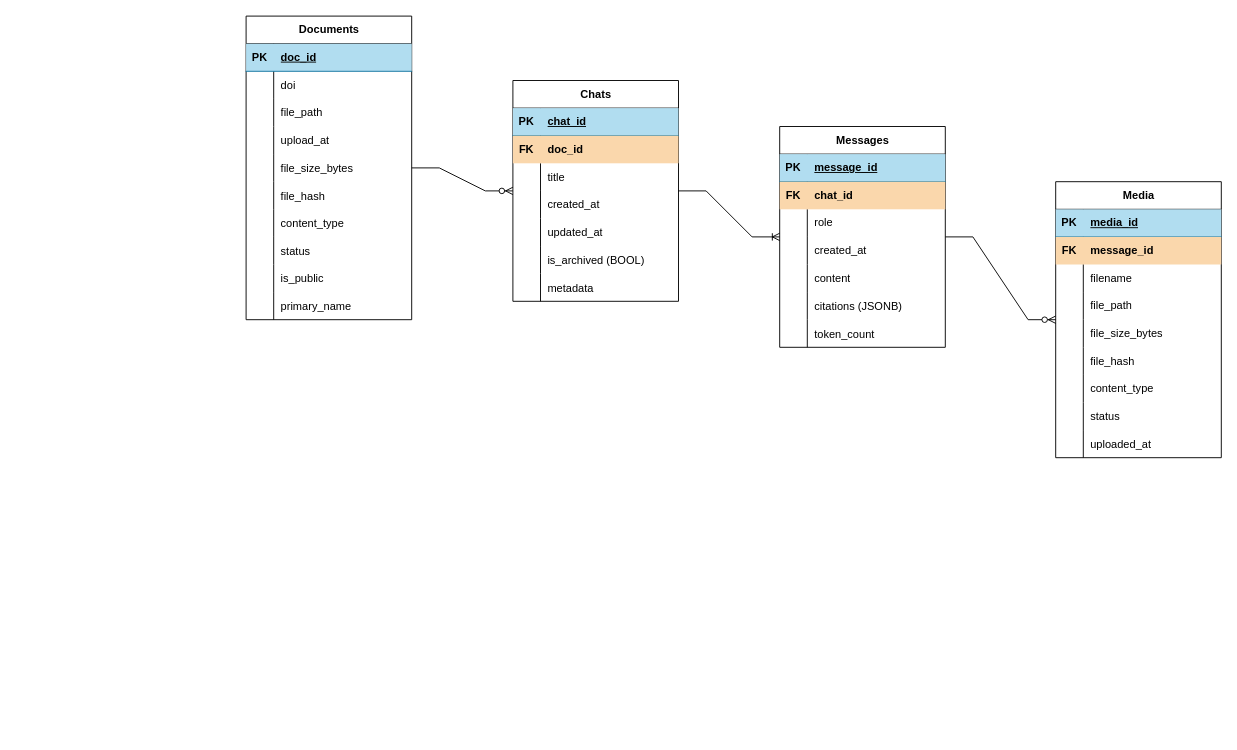
AbduAlrimali/CogniDocent keeps this draw.io diagram as docs/cognidocent_db.drawio. Above is the earlier version. Source tidied: cells renumbered, new cells numbered last; positions are measured from the earlier drawing's top-left corner, leaving out a move shared by most shapes. Both pictures are drawn from the tidied source at 92%, with x=0, y=0 at pixel (246, 16).
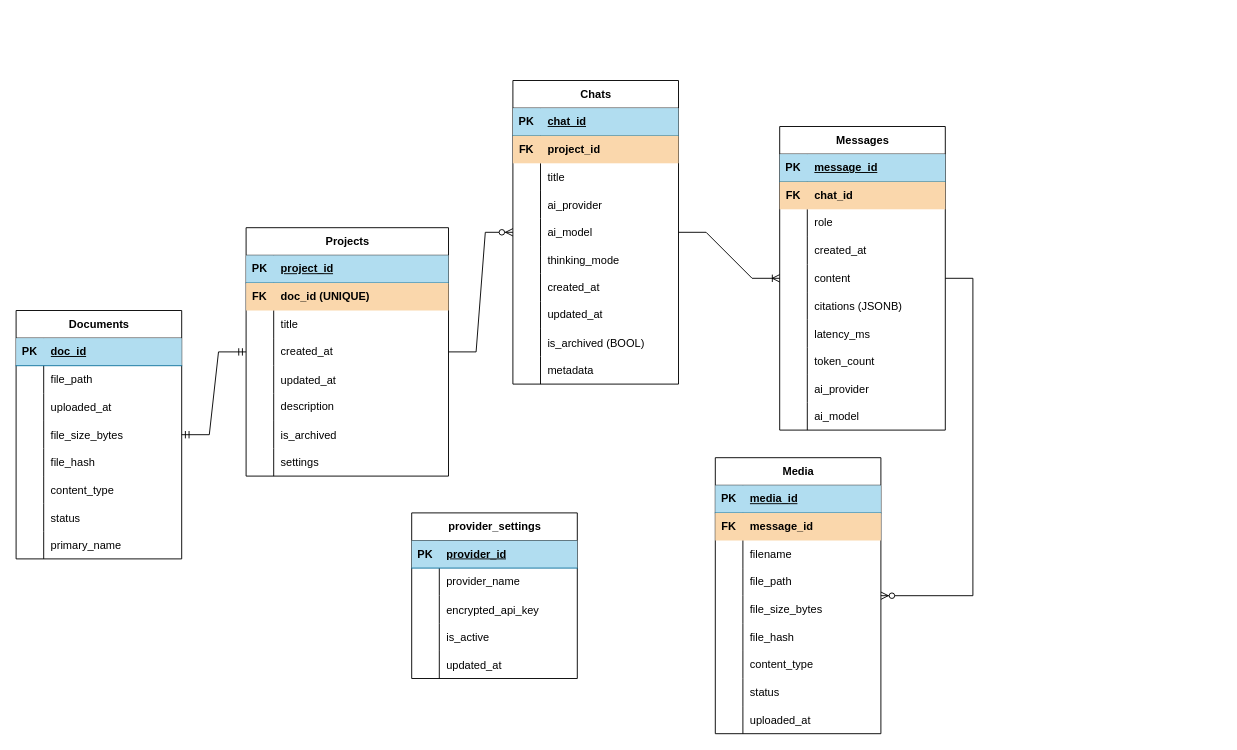
The same diagram, later.

The change refers to these unchanged cells:
```xml
<mxCell id="6" style="shape=tableRow;horizontal=0;startSize=0;swimlaneHead=0;swimlaneBody=0;fillColor=#fad7ac;top=0;left=0;right=0;bottom=0;strokeColor=#b46504;" parent="2" vertex="1">
  <mxGeometry y="60" width="180" height="30" as="geometry" />
</mxCell>
```

The edit, as a diff of the source:
```diff
@@
     <mxCell id="2" value="Chats" style="shape=table;startSize=30;childLayout=tableLayout;rowLines=0;fontStyle=1;align=center;html=1;" parent="1" vertex="1">
-      <mxGeometry x="290" y="70" width="180" height="240" as="geometry" />
+      <mxGeometry x="290" y="70" width="180" height="330" as="geometry" />
     </mxCell>
@@
-    <mxCell id="8" value="&lt;b&gt;doc_id&lt;/b&gt;" style="shape=partialRectangle;fillColor=none;top=0;left=0;bottom=0;right=0;align=left;spacingLeft=6;fontStyle=0;overflow=hidden;whiteSpace=wrap;html=1;" parent="6" vertex="1">
+    <mxCell id="8" value="&lt;b&gt;project_id&lt;/b&gt;" style="shape=partialRectangle;fillColor=none;top=0;left=0;bottom=0;right=0;align=left;spacingLeft=6;fontStyle=0;overflow=hidden;whiteSpace=wrap;html=1;" parent="6" vertex="1">
       <mxGeometry x="30" width="150" height="30" as="geometry" />
     </mxCell>
@@
+    <mxCell id="108" style="shape=tableRow;horizontal=0;startSize=0;swimlaneHead=0;swimlaneBody=0;fillColor=none;top=0;left=0;right=0;bottom=0;" parent="2" vertex="1">
+      <mxGeometry y="120" width="180" height="30" as="geometry" />
+    </mxCell>
+    <mxCell id="109" style="shape=partialRectangle;fillColor=none;top=0;left=0;bottom=0;right=0;overflow=hidden;" parent="108" vertex="1">
+      <mxGeometry width="30" height="30" as="geometry" />
+    </mxCell>
+    <mxCell id="110" value="ai_provider" style="shape=partialRectangle;fillColor=none;top=0;left=0;bottom=0;right=0;align=left;spacingLeft=6;overflow=hidden;" parent="108" vertex="1">
+      <mxGeometry x="30" width="150" height="30" as="geometry" />
+    </mxCell>
+    <mxCell id="111" style="shape=tableRow;horizontal=0;startSize=0;swimlaneHead=0;swimlaneBody=0;fillColor=none;top=0;left=0;right=0;bottom=0;" parent="2" vertex="1">
+      <mxGeometry y="150" width="180" height="30" as="geometry" />
+    </mxCell>
+    <mxCell id="112" style="shape=partialRectangle;fillColor=none;top=0;left=0;bottom=0;right=0;overflow=hidden;" parent="111" vertex="1">
+      <mxGeometry width="30" height="30" as="geometry" />
+    </mxCell>
+    <mxCell id="113" value="ai_model" style="shape=partialRectangle;fillColor=none;top=0;left=0;bottom=0;right=0;align=left;spacingLeft=6;overflow=hidden;" parent="111" vertex="1">
+      <mxGeometry x="30" width="150" height="30" as="geometry" />
+    </mxCell>
+    <mxCell id="114" style="shape=tableRow;horizontal=0;startSize=0;swimlaneHead=0;swimlaneBody=0;fillColor=none;top=0;left=0;right=0;bottom=0;" parent="2" vertex="1">
+      <mxGeometry y="180" width="180" height="30" as="geometry" />
+    </mxCell>
+    <mxCell id="115" style="shape=partialRectangle;fillColor=none;top=0;left=0;bottom=0;right=0;overflow=hidden;" parent="114" vertex="1">
+      <mxGeometry width="30" height="30" as="geometry" />
+    </mxCell>
+    <mxCell id="116" value="thinking_mode" style="shape=partialRectangle;fillColor=none;top=0;left=0;bottom=0;right=0;align=left;spacingLeft=6;overflow=hidden;" parent="114" vertex="1">
+      <mxGeometry x="30" width="150" height="30" as="geometry" />
+    </mxCell>
     <mxCell id="12" style="shape=tableRow;horizontal=0;startSize=0;swimlaneHead=0;swimlaneBody=0;fillColor=none;top=0;left=0;right=0;bottom=0;" parent="2" vertex="1">
-      <mxGeometry y="120" width="180" height="30" as="geometry" />
+      <mxGeometry y="210" width="180" height="30" as="geometry" />
     </mxCell>
@@
     <mxCell id="15" style="shape=tableRow;horizontal=0;startSize=0;swimlaneHead=0;swimlaneBody=0;fillColor=none;top=0;left=0;right=0;bottom=0;" parent="2" vertex="1">
-      <mxGeometry y="150" width="180" height="30" as="geometry" />
+      <mxGeometry y="240" width="180" height="30" as="geometry" />
     </mxCell>
@@
     <mxCell id="18" style="shape=tableRow;horizontal=0;startSize=0;swimlaneHead=0;swimlaneBody=0;fillColor=none;top=0;left=0;right=0;bottom=0;" parent="2" vertex="1">
-      <mxGeometry y="180" width="180" height="30" as="geometry" />
+      <mxGeometry y="270" width="180" height="30" as="geometry" />
     </mxCell>
@@
     <mxCell id="21" style="shape=tableRow;horizontal=0;startSize=0;swimlaneHead=0;swimlaneBody=0;fillColor=none;top=0;left=0;right=0;bottom=0;" parent="2" vertex="1">
-      <mxGeometry y="210" width="180" height="30" as="geometry" />
+      <mxGeometry y="300" width="180" height="30" as="geometry" />
     </mxCell>
@@
     <mxCell id="24" value="Messages" style="shape=table;startSize=30;childLayout=tableLayout;rowLines=0;fontStyle=1;align=center;html=1;" parent="1" vertex="1">
-      <mxGeometry x="580" y="120" width="180" height="240" as="geometry" />
+      <mxGeometry x="580" y="120" width="180" height="330" as="geometry" />
     </mxCell>
@@
+    <mxCell id="117" style="shape=tableRow;horizontal=0;startSize=0;swimlaneHead=0;swimlaneBody=0;fillColor=none;top=0;left=0;right=0;bottom=0;" parent="24" vertex="1">
+      <mxGeometry y="210" width="180" height="30" as="geometry" />
+    </mxCell>
+    <mxCell id="118" style="shape=partialRectangle;fillColor=none;top=0;left=0;bottom=0;right=0;overflow=hidden;" parent="117" vertex="1">
+      <mxGeometry width="30" height="30" as="geometry" />
+    </mxCell>
+    <mxCell id="119" value="latency_ms" style="shape=partialRectangle;fillColor=none;top=0;left=0;bottom=0;right=0;align=left;spacingLeft=6;overflow=hidden;" parent="117" vertex="1">
+      <mxGeometry x="30" width="150" height="30" as="geometry" />
+    </mxCell>
     <mxCell id="43" style="shape=tableRow;horizontal=0;startSize=0;swimlaneHead=0;swimlaneBody=0;fillColor=none;top=0;left=0;right=0;bottom=0;" parent="24" vertex="1">
-      <mxGeometry y="210" width="180" height="30" as="geometry" />
+      <mxGeometry y="240" width="180" height="30" as="geometry" />
     </mxCell>
@@
+    <mxCell id="100" style="shape=tableRow;horizontal=0;startSize=0;swimlaneHead=0;swimlaneBody=0;fillColor=none;top=0;left=0;right=0;bottom=0;" parent="24" vertex="1">
+      <mxGeometry y="270" width="180" height="30" as="geometry" />
+    </mxCell>
+    <mxCell id="120" style="shape=partialRectangle;fillColor=none;top=0;left=0;bottom=0;right=0;overflow=hidden;" parent="100" vertex="1">
+      <mxGeometry width="30" height="30" as="geometry" />
+    </mxCell>
+    <mxCell id="121" value="ai_provider" style="shape=partialRectangle;fillColor=none;top=0;left=0;bottom=0;right=0;align=left;spacingLeft=6;overflow=hidden;" parent="100" vertex="1">
+      <mxGeometry x="30" width="150" height="30" as="geometry" />
+    </mxCell>
+    <mxCell id="122" style="shape=tableRow;horizontal=0;startSize=0;swimlaneHead=0;swimlaneBody=0;fillColor=none;top=0;left=0;right=0;bottom=0;" parent="24" vertex="1">
+      <mxGeometry y="300" width="180" height="30" as="geometry" />
+    </mxCell>
+    <mxCell id="123" style="shape=partialRectangle;fillColor=none;top=0;left=0;bottom=0;right=0;overflow=hidden;" parent="122" vertex="1">
+      <mxGeometry width="30" height="30" as="geometry" />
+    </mxCell>
+    <mxCell id="124" value="ai_model" style="shape=partialRectangle;fillColor=none;top=0;left=0;bottom=0;right=0;align=left;spacingLeft=6;overflow=hidden;" parent="122" vertex="1">
+      <mxGeometry x="30" width="150" height="30" as="geometry" />
+    </mxCell>
     <mxCell id="46" value="Media" style="shape=table;startSize=30;childLayout=tableLayout;rowLines=0;fontStyle=1;align=center;html=1;" parent="1" vertex="1">
-      <mxGeometry x="880" y="180" width="180" height="300" as="geometry" />
+      <mxGeometry x="510" y="480" width="180" height="300" as="geometry" />
     </mxCell>
@@
     <mxCell id="75" value="Documents" style="shape=table;startSize=30;childLayout=tableLayout;rowLines=0;fontStyle=1;align=center;html=1;" parent="1" vertex="1">
-      <mxGeometry width="180" height="330" as="geometry" />
+      <mxGeometry x="-250" y="320" width="180" height="270" as="geometry" />
     </mxCell>
@@
-    <mxCell id="79" style="shape=tableRow;horizontal=0;startSize=0;swimlaneHead=0;swimlaneBody=0;fillColor=none;top=0;left=0;right=0;bottom=0;" parent="75" vertex="1">
-      <mxGeometry y="60" width="180" height="30" as="geometry" />
-    </mxCell>
-    <mxCell id="80" style="shape=partialRectangle;fillColor=none;top=0;left=0;bottom=0;right=0;overflow=hidden;" parent="79" vertex="1">
-      <mxGeometry width="30" height="30" as="geometry" />
-    </mxCell>
-    <mxCell id="81" value="doi" style="shape=partialRectangle;fillColor=none;top=0;left=0;bottom=0;right=0;align=left;spacingLeft=6;overflow=hidden;" parent="79" vertex="1">
-      <mxGeometry x="30" width="150" height="30" as="geometry" />
-    </mxCell>
     <mxCell id="82" style="shape=tableRow;horizontal=0;startSize=0;swimlaneHead=0;swimlaneBody=0;fillColor=none;top=0;left=0;right=0;bottom=0;" parent="75" vertex="1">
-      <mxGeometry y="90" width="180" height="30" as="geometry" />
+      <mxGeometry y="60" width="180" height="30" as="geometry" />
     </mxCell>
@@
     <mxCell id="85" style="shape=tableRow;horizontal=0;startSize=0;swimlaneHead=0;swimlaneBody=0;fillColor=none;top=0;left=0;right=0;bottom=0;" parent="75" vertex="1">
-      <mxGeometry y="120" width="180" height="30" as="geometry" />
+      <mxGeometry y="90" width="180" height="30" as="geometry" />
     </mxCell>
@@
-    <mxCell id="87" value="upload_at" style="shape=partialRectangle;fillColor=none;top=0;left=0;bottom=0;right=0;align=left;spacingLeft=6;overflow=hidden;" parent="85" vertex="1">
+    <mxCell id="87" value="uploaded_at" style="shape=partialRectangle;fillColor=none;top=0;left=0;bottom=0;right=0;align=left;spacingLeft=6;overflow=hidden;" parent="85" vertex="1">
       <mxGeometry x="30" width="150" height="30" as="geometry" />
     </mxCell>
     <mxCell id="88" style="shape=tableRow;horizontal=0;startSize=0;swimlaneHead=0;swimlaneBody=0;fillColor=none;top=0;left=0;right=0;bottom=0;" parent="75" vertex="1">
-      <mxGeometry y="150" width="180" height="30" as="geometry" />
+      <mxGeometry y="120" width="180" height="30" as="geometry" />
     </mxCell>
@@
     <mxCell id="91" style="shape=tableRow;horizontal=0;startSize=0;swimlaneHead=0;swimlaneBody=0;fillColor=none;top=0;left=0;right=0;bottom=0;" parent="75" vertex="1">
-      <mxGeometry y="180" width="180" height="30" as="geometry" />
+      <mxGeometry y="150" width="180" height="30" as="geometry" />
     </mxCell>
@@
     <mxCell id="94" style="shape=tableRow;horizontal=0;startSize=0;swimlaneHead=0;swimlaneBody=0;fillColor=none;top=0;left=0;right=0;bottom=0;" parent="75" vertex="1">
-      <mxGeometry y="210" width="180" height="30" as="geometry" />
+      <mxGeometry y="180" width="180" height="30" as="geometry" />
     </mxCell>
@@
     <mxCell id="97" style="shape=tableRow;horizontal=0;startSize=0;swimlaneHead=0;swimlaneBody=0;fillColor=none;top=0;left=0;right=0;bottom=0;" parent="75" vertex="1">
-      <mxGeometry y="240" width="180" height="30" as="geometry" />
+      <mxGeometry y="210" width="180" height="30" as="geometry" />
     </mxCell>
@@
-    <mxCell id="100" style="shape=tableRow;horizontal=0;startSize=0;swimlaneHead=0;swimlaneBody=0;fillColor=none;top=0;left=0;right=0;bottom=0;" parent="75" vertex="1">
-      <mxGeometry y="270" width="180" height="30" as="geometry" />
-    </mxCell>
-    <mxCell id="101" style="shape=partialRectangle;fillColor=none;top=0;left=0;bottom=0;right=0;overflow=hidden;" parent="100" vertex="1">
-      <mxGeometry width="30" height="30" as="geometry" />
-    </mxCell>
-    <mxCell id="102" value="is_public" style="shape=partialRectangle;fillColor=none;top=0;left=0;bottom=0;right=0;align=left;spacingLeft=6;overflow=hidden;" parent="100" vertex="1">
-      <mxGeometry x="30" width="150" height="30" as="geometry" />
-    </mxCell>
     <mxCell id="103" style="shape=tableRow;horizontal=0;startSize=0;swimlaneHead=0;swimlaneBody=0;fillColor=none;top=0;left=0;right=0;bottom=0;" parent="75" vertex="1">
-      <mxGeometry y="300" width="180" height="30" as="geometry" />
+      <mxGeometry y="240" width="180" height="30" as="geometry" />
     </mxCell>
@@
-    <mxCell id="106" style="edgeStyle=entityRelationEdgeStyle;fontSize=12;html=1;endArrow=ERzeroToMany;endFill=1;rounded=0;" parent="1" edge="1" source="75" target="2">
+    <mxCell id="106" style="edgeStyle=entityRelationEdgeStyle;fontSize=12;html=1;endArrow=ERzeroToMany;endFill=1;rounded=0;" parent="1" edge="1" source="125" target="2">
       <mxGeometry relative="1" as="geometry" />
     </mxCell>
@@
+    <mxCell id="125" value="Projects" style="shape=table;startSize=30;childLayout=tableLayout;rowLines=0;fontStyle=1;align=center;html=1;" parent="1" vertex="1">
+      <mxGeometry y="230" width="220" height="270" as="geometry" />
+    </mxCell>
+    <mxCell id="126" style="shape=tableRow;horizontal=0;startSize=0;swimlaneHead=0;swimlaneBody=0;fillColor=#b1ddf0;top=0;left=0;right=0;bottom=1;strokeColor=#10739e;" parent="125" vertex="1">
+      <mxGeometry y="30" width="220" height="30" as="geometry" />
+    </mxCell>
+    <mxCell id="127" value="PK" style="shape=partialRectangle;fillColor=none;top=0;left=0;bottom=0;right=0;fontStyle=1;overflow=hidden;whiteSpace=wrap;html=1;" parent="126" vertex="1">
+      <mxGeometry width="30" height="30" as="geometry" />
+    </mxCell>
+    <mxCell id="128" value="project_id" style="shape=partialRectangle;fillColor=none;top=0;left=0;bottom=0;right=0;align=left;spacingLeft=6;fontStyle=5;overflow=hidden;whiteSpace=wrap;html=1;" parent="126" vertex="1">
+      <mxGeometry x="30" width="190" height="30" as="geometry" />
+    </mxCell>
+    <mxCell id="129" style="shape=tableRow;horizontal=0;startSize=0;swimlaneHead=0;swimlaneBody=0;fillColor=#fad7ac;top=0;left=0;right=0;bottom=0;strokeColor=#b46504;" parent="125" vertex="1">
+      <mxGeometry y="60" width="220" height="30" as="geometry" />
+    </mxCell>
+    <mxCell id="130" value="&lt;b&gt;FK&lt;/b&gt;" style="shape=partialRectangle;fillColor=none;top=0;left=0;bottom=0;right=0;fontStyle=0;overflow=hidden;whiteSpace=wrap;html=1;" parent="129" vertex="1">
+      <mxGeometry width="30" height="30" as="geometry" />
+    </mxCell>
+    <mxCell id="131" value="&lt;b&gt;doc_id (UNIQUE)&lt;/b&gt;" style="shape=partialRectangle;fillColor=none;top=0;left=0;bottom=0;right=0;align=left;spacingLeft=6;fontStyle=0;overflow=hidden;whiteSpace=wrap;html=1;" parent="129" vertex="1">
+      <mxGeometry x="30" width="190" height="30" as="geometry" />
+    </mxCell>
+    <mxCell id="132" style="shape=tableRow;horizontal=0;startSize=0;swimlaneHead=0;swimlaneBody=0;fillColor=none;top=0;left=0;right=0;bottom=0;" parent="125" vertex="1">
+      <mxGeometry y="90" width="220" height="30" as="geometry" />
+    </mxCell>
+    <mxCell id="133" style="shape=partialRectangle;fillColor=none;top=0;left=0;bottom=0;right=0;overflow=hidden;whiteSpace=wrap;html=1;" parent="132" vertex="1">
+      <mxGeometry width="30" height="30" as="geometry" />
+    </mxCell>
+    <mxCell id="134" value="title" style="shape=partialRectangle;fillColor=none;top=0;left=0;bottom=0;right=0;align=left;spacingLeft=6;overflow=hidden;whiteSpace=wrap;html=1;" parent="132" vertex="1">
+      <mxGeometry x="30" width="190" height="30" as="geometry" />
+    </mxCell>
+    <mxCell id="135" style="shape=tableRow;horizontal=0;startSize=0;swimlaneHead=0;swimlaneBody=0;fillColor=none;top=0;left=0;right=0;bottom=0;" parent="125" vertex="1">
+      <mxGeometry y="120" width="220" height="30" as="geometry" />
+    </mxCell>
+    <mxCell id="136" style="shape=partialRectangle;fillColor=none;top=0;left=0;bottom=0;right=0;overflow=hidden;whiteSpace=wrap;html=1;" parent="135" vertex="1">
+      <mxGeometry width="30" height="30" as="geometry" />
+    </mxCell>
+    <mxCell id="137" value="created_at" style="shape=partialRectangle;fillColor=none;top=0;left=0;bottom=0;right=0;align=left;spacingLeft=6;overflow=hidden;whiteSpace=wrap;html=1;" parent="135" vertex="1">
+      <mxGeometry x="30" width="190" height="30" as="geometry" />
+    </mxCell>
+    <mxCell id="138" style="shape=tableRow;horizontal=0;startSize=0;swimlaneHead=0;swimlaneBody=0;fillColor=none;top=0;left=0;right=0;bottom=0;" parent="125" vertex="1">
+      <mxGeometry y="150" width="220" height="30" as="geometry" />
+    </mxCell>
+    <mxCell id="139" style="shape=partialRectangle;fillColor=none;top=0;left=0;bottom=0;right=0;overflow=hidden;" parent="138" vertex="1">
+      <mxGeometry width="30" height="30" as="geometry" />
+    </mxCell>
+    <mxCell id="140" value="updated_at" style="shape=partialRectangle;fillColor=none;top=0;left=0;bottom=0;right=0;align=left;spacingLeft=6;overflow=hidden;" parent="138" vertex="1">
+      <mxGeometry x="30" width="190" height="30" as="geometry" />
+    </mxCell>
+    <mxCell id="141" style="shape=tableRow;horizontal=0;startSize=0;swimlaneHead=0;swimlaneBody=0;fillColor=none;top=0;left=0;right=0;bottom=0;" parent="125" vertex="1">
+      <mxGeometry y="180" width="220" height="30" as="geometry" />
+    </mxCell>
+    <mxCell id="142" style="shape=partialRectangle;fillColor=none;top=0;left=0;bottom=0;right=0;overflow=hidden;whiteSpace=wrap;html=1;" parent="141" vertex="1">
+      <mxGeometry width="30" height="30" as="geometry" />
+    </mxCell>
+    <mxCell id="143" value="description" style="shape=partialRectangle;fillColor=none;top=0;left=0;bottom=0;right=0;align=left;spacingLeft=6;overflow=hidden;whiteSpace=wrap;html=1;" parent="141" vertex="1">
+      <mxGeometry x="30" width="190" height="30" as="geometry" />
+    </mxCell>
+    <mxCell id="144" style="shape=tableRow;horizontal=0;startSize=0;swimlaneHead=0;swimlaneBody=0;fillColor=none;top=0;left=0;right=0;bottom=0;" parent="125" vertex="1">
+      <mxGeometry y="210" width="220" height="30" as="geometry" />
+    </mxCell>
+    <mxCell id="145" style="shape=partialRectangle;fillColor=none;top=0;left=0;bottom=0;right=0;overflow=hidden;" parent="144" vertex="1">
+      <mxGeometry width="30" height="30" as="geometry" />
+    </mxCell>
+    <mxCell id="146" value="is_archived" style="shape=partialRectangle;fillColor=none;top=0;left=0;bottom=0;right=0;align=left;spacingLeft=6;overflow=hidden;" parent="144" vertex="1">
+      <mxGeometry x="30" width="190" height="30" as="geometry" />
+    </mxCell>
+    <mxCell id="147" style="shape=tableRow;horizontal=0;startSize=0;swimlaneHead=0;swimlaneBody=0;fillColor=none;top=0;left=0;right=0;bottom=0;" parent="125" vertex="1">
+      <mxGeometry y="240" width="220" height="30" as="geometry" />
+    </mxCell>
+    <mxCell id="148" style="shape=partialRectangle;fillColor=none;top=0;left=0;bottom=0;right=0;overflow=hidden;" parent="147" vertex="1">
+      <mxGeometry width="30" height="30" as="geometry" />
+    </mxCell>
+    <mxCell id="149" value="settings" style="shape=partialRectangle;fillColor=none;top=0;left=0;bottom=0;right=0;align=left;spacingLeft=6;overflow=hidden;" parent="147" vertex="1">
+      <mxGeometry x="30" width="190" height="30" as="geometry" />
+    </mxCell>
+    <mxCell id="150" style="edgeStyle=entityRelationEdgeStyle;fontSize=12;html=1;endArrow=ERmandOne;startArrow=ERmandOne;rounded=0;" parent="1" edge="1" source="75" target="125">
+      <mxGeometry relative="1" as="geometry" />
+    </mxCell>
+    <mxCell id="151" value="provider_settings " style="shape=table;startSize=30;childLayout=tableLayout;rowLines=0;fontStyle=1;align=center;html=1;" parent="1" vertex="1">
+      <mxGeometry x="180" y="540" width="180" height="180" as="geometry" />
+    </mxCell>
+    <mxCell id="152" style="shape=tableRow;horizontal=0;startSize=0;swimlaneHead=0;swimlaneBody=0;fillColor=#b1ddf0;top=0;left=0;right=0;bottom=1;strokeColor=#10739e;" parent="151" vertex="1">
+      <mxGeometry y="30" width="180" height="30" as="geometry" />
+    </mxCell>
+    <mxCell id="153" value="PK" style="shape=partialRectangle;fillColor=none;top=0;left=0;bottom=0;right=0;fontStyle=1;overflow=hidden;whiteSpace=wrap;html=1;" parent="152" vertex="1">
+      <mxGeometry width="30" height="30" as="geometry" />
+    </mxCell>
+    <mxCell id="154" value="provider_id" style="shape=partialRectangle;fillColor=none;top=0;left=0;bottom=0;right=0;align=left;spacingLeft=6;fontStyle=5;overflow=hidden;whiteSpace=wrap;html=1;" parent="152" vertex="1">
+      <mxGeometry x="30" width="150" height="30" as="geometry" />
+    </mxCell>
+    <mxCell id="79" style="shape=tableRow;horizontal=0;startSize=0;swimlaneHead=0;swimlaneBody=0;fillColor=none;top=0;left=0;right=0;bottom=0;" parent="151" vertex="1">
+      <mxGeometry y="60" width="180" height="30" as="geometry" />
+    </mxCell>
+    <mxCell id="155" style="shape=partialRectangle;fillColor=none;top=0;left=0;bottom=0;right=0;overflow=hidden;whiteSpace=wrap;html=1;" parent="79" vertex="1">
+      <mxGeometry width="30" height="30" as="geometry" />
+    </mxCell>
+    <mxCell id="156" value="provider_name " style="shape=partialRectangle;fillColor=none;top=0;left=0;bottom=0;right=0;align=left;spacingLeft=6;overflow=hidden;whiteSpace=wrap;html=1;" parent="79" vertex="1">
+      <mxGeometry x="30" width="150" height="30" as="geometry" />
+    </mxCell>
+    <mxCell id="157" style="shape=tableRow;horizontal=0;startSize=0;swimlaneHead=0;swimlaneBody=0;fillColor=none;top=0;left=0;right=0;bottom=0;" parent="151" vertex="1">
+      <mxGeometry y="90" width="180" height="30" as="geometry" />
+    </mxCell>
+    <mxCell id="158" style="shape=partialRectangle;fillColor=none;top=0;left=0;bottom=0;right=0;overflow=hidden;" parent="157" vertex="1">
+      <mxGeometry width="30" height="30" as="geometry" />
+    </mxCell>
+    <mxCell id="159" value="encrypted_api_key " style="shape=partialRectangle;fillColor=none;top=0;left=0;bottom=0;right=0;align=left;spacingLeft=6;overflow=hidden;" parent="157" vertex="1">
+      <mxGeometry x="30" width="150" height="30" as="geometry" />
+    </mxCell>
+    <mxCell id="160" style="shape=tableRow;horizontal=0;startSize=0;swimlaneHead=0;swimlaneBody=0;fillColor=none;top=0;left=0;right=0;bottom=0;" parent="151" vertex="1">
+      <mxGeometry y="120" width="180" height="30" as="geometry" />
+    </mxCell>
+    <mxCell id="161" style="shape=partialRectangle;fillColor=none;top=0;left=0;bottom=0;right=0;overflow=hidden;" parent="160" vertex="1">
+      <mxGeometry width="30" height="30" as="geometry" />
+    </mxCell>
+    <mxCell id="162" value="is_active " style="shape=partialRectangle;fillColor=none;top=0;left=0;bottom=0;right=0;align=left;spacingLeft=6;overflow=hidden;" parent="160" vertex="1">
+      <mxGeometry x="30" width="150" height="30" as="geometry" />
+    </mxCell>
+    <mxCell id="163" style="shape=tableRow;horizontal=0;startSize=0;swimlaneHead=0;swimlaneBody=0;fillColor=none;top=0;left=0;right=0;bottom=0;" parent="151" vertex="1">
+      <mxGeometry y="150" width="180" height="30" as="geometry" />
+    </mxCell>
+    <mxCell id="164" style="shape=partialRectangle;fillColor=none;top=0;left=0;bottom=0;right=0;overflow=hidden;" parent="163" vertex="1">
+      <mxGeometry width="30" height="30" as="geometry" />
+    </mxCell>
+    <mxCell id="165" value="updated_at " style="shape=partialRectangle;fillColor=none;top=0;left=0;bottom=0;right=0;align=left;spacingLeft=6;overflow=hidden;" parent="163" vertex="1">
+      <mxGeometry x="30" width="150" height="30" as="geometry" />
+    </mxCell>
```
